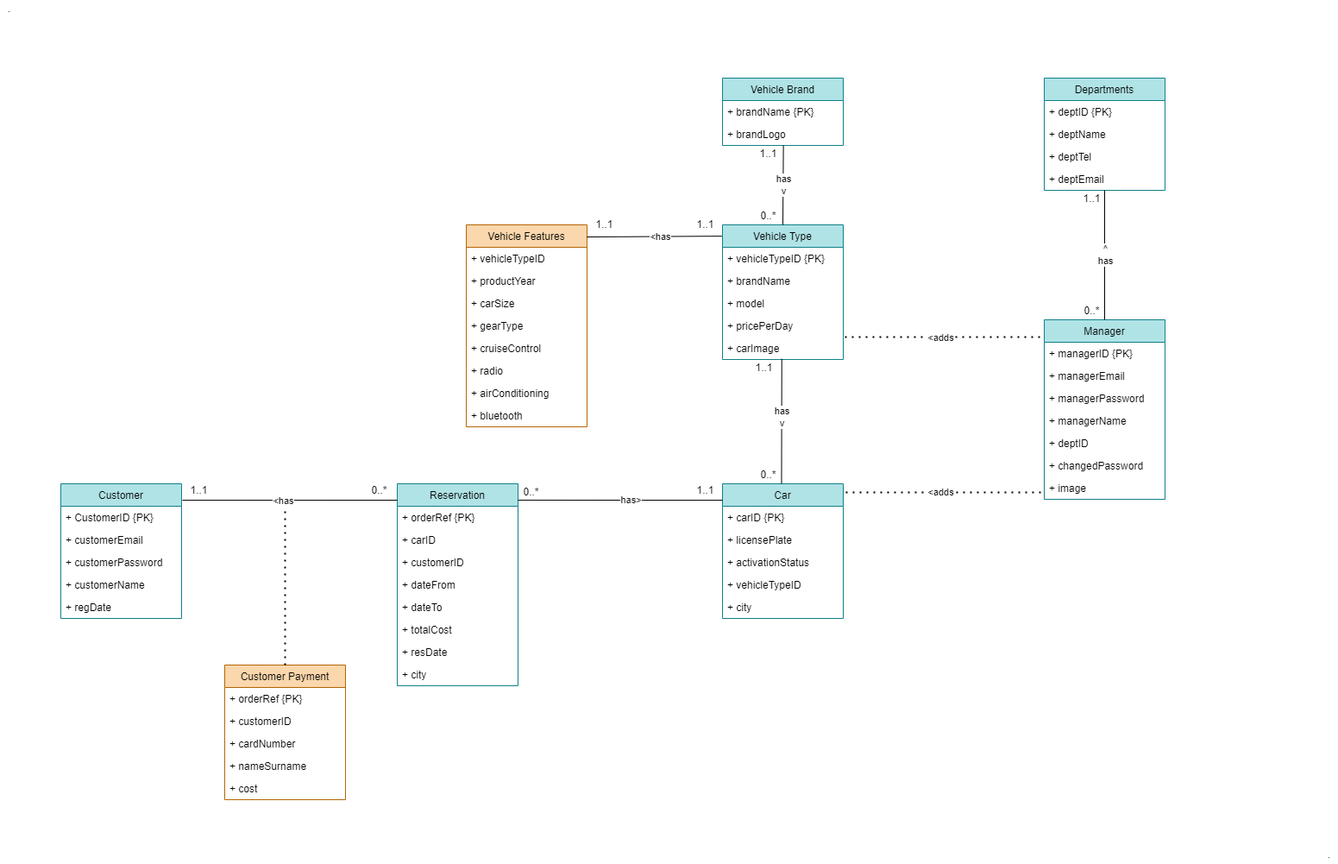
Earlier version of the draw.io export Database/DaphneRentalER.png (defnebulut/CarRentalSoftwareFinal). Source tidied: cells renumbered, new cells last; positions are measured from the earlier drawing's top-left corner, leaving out a move shared by most shapes.
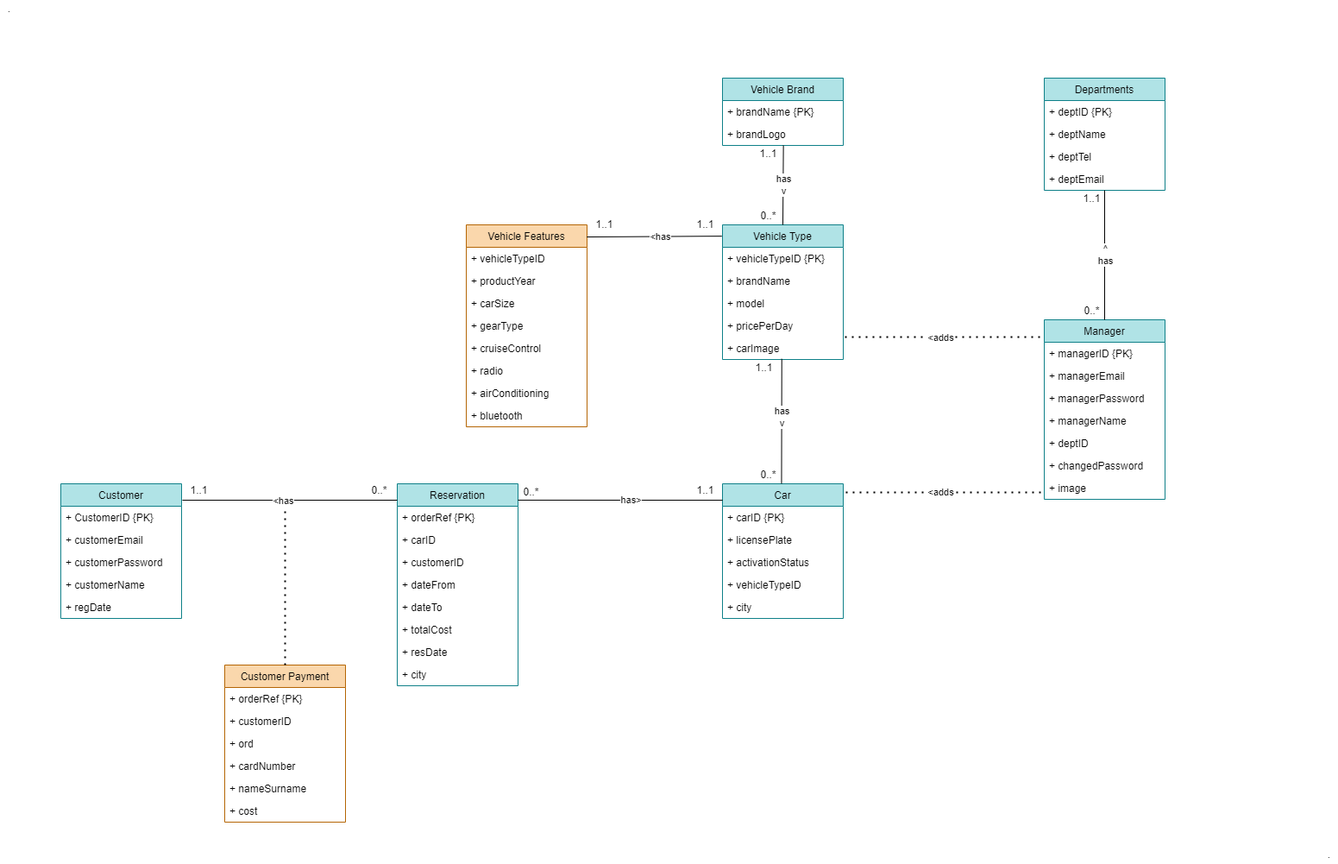
Above is the later version.

Diff of the diagram source:
```diff
@@ -39,7 +39,7 @@
       <mxGeometry y="130" width="140" height="26" as="geometry" />
     </mxCell>
     <mxCell id="14" value="Customer Payment" style="swimlane;fontStyle=0;horizontal=1;startSize=26;fillColor=#fad7ac;strokeColor=#b46504;" parent="1" vertex="1">
-      <mxGeometry x="260" y="770" width="140" height="156" as="geometry" />
+      <mxGeometry x="260" y="770" width="140" height="182" as="geometry" />
     </mxCell>
     <mxCell id="15" value="+ orderRef {PK}" style="text;strokeColor=none;fillColor=none;align=left;verticalAlign=top;spacingLeft=4;spacingRight=4;overflow=hidden;" parent="14" vertex="1">
       <mxGeometry y="26" width="140" height="26" as="geometry" />
@@ -47,14 +47,17 @@
     <mxCell id="16" value="+ customerID" style="text;strokeColor=none;fillColor=none;align=left;verticalAlign=top;spacingLeft=4;spacingRight=4;overflow=hidden;" parent="14" vertex="1">
       <mxGeometry y="52" width="140" height="26" as="geometry" />
     </mxCell>
+    <mxCell id="91" value="+ ord" style="text;strokeColor=none;fillColor=none;align=left;verticalAlign=top;spacingLeft=4;spacingRight=4;overflow=hidden;" parent="14" vertex="1">
+      <mxGeometry y="78" width="140" height="26" as="geometry" />
+    </mxCell>
     <mxCell id="17" value="+ cardNumber" style="text;strokeColor=none;fillColor=none;align=left;verticalAlign=top;spacingLeft=4;spacingRight=4;overflow=hidden;" parent="14" vertex="1">
-      <mxGeometry y="78" width="140" height="26" as="geometry" />
+      <mxGeometry y="104" width="140" height="26" as="geometry" />
     </mxCell>
     <mxCell id="18" value="+ nameSurname" style="text;strokeColor=none;fillColor=none;align=left;verticalAlign=top;spacingLeft=4;spacingRight=4;overflow=hidden;" parent="14" vertex="1">
-      <mxGeometry y="104" width="140" height="26" as="geometry" />
+      <mxGeometry y="130" width="140" height="26" as="geometry" />
     </mxCell>
     <mxCell id="19" value="+ cost" style="text;strokeColor=none;fillColor=none;align=left;verticalAlign=top;spacingLeft=4;spacingRight=4;overflow=hidden;" parent="14" vertex="1">
-      <mxGeometry y="130" width="140" height="26" as="geometry" />
+      <mxGeometry y="156" width="140" height="26" as="geometry" />
     </mxCell>
     <mxCell id="20" value="Departments" style="swimlane;fontStyle=0;horizontal=1;startSize=26;fillColor=#b0e3e6;strokeColor=#0e8088;" parent="1" vertex="1">
       <mxGeometry x="1210" y="90" width="140" height="130" as="geometry" />
```
